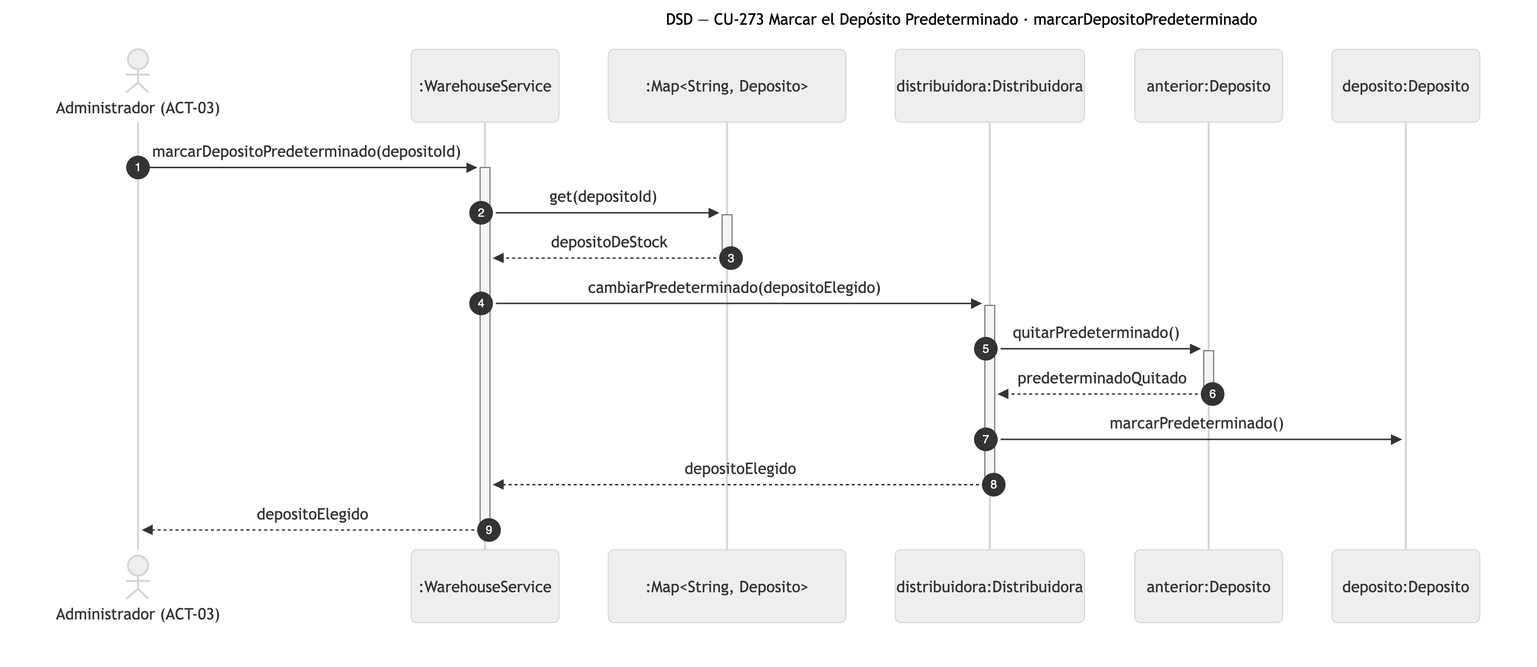
The Mermaid diagram diagramas/png/DSD_CU-273_marcarDepositoPredeterminado.png in Nahuelito-Dev/splg-docs, before a commit. Its source is kept beside it as diagramas/DSD_CU-273_marcarDepositoPredeterminado.mmd. The source it was exported from:
```mermaid
sequenceDiagram
    title DSD — CU-273 Marcar el Depósito Predeterminado · marcarDepositoPredeterminado
    autonumber
    actor ADM as Administrador (ACT-03)
    participant SRV as :WarehouseService
    participant COL as :Map#lt;String, Deposito#gt;
    participant DIS as distribuidora:Distribuidora
    participant ANT as anterior:Deposito
    participant DEP as deposito:Deposito

    ADM->>+SRV: marcarDepositoPredeterminado(depositoId)
    SRV->>+COL: get(depositoId)
    COL-->>-SRV: depositoDeStock
    SRV->>+DIS: cambiarPredeterminado(depositoElegido)
    DIS->>+ANT: quitarPredeterminado()
    ANT-->>-DIS: predeterminadoQuitado
    DIS->>DEP: marcarPredeterminado()
    DIS-->>-SRV: depositoElegido
    SRV-->>-ADM: depositoElegido
```
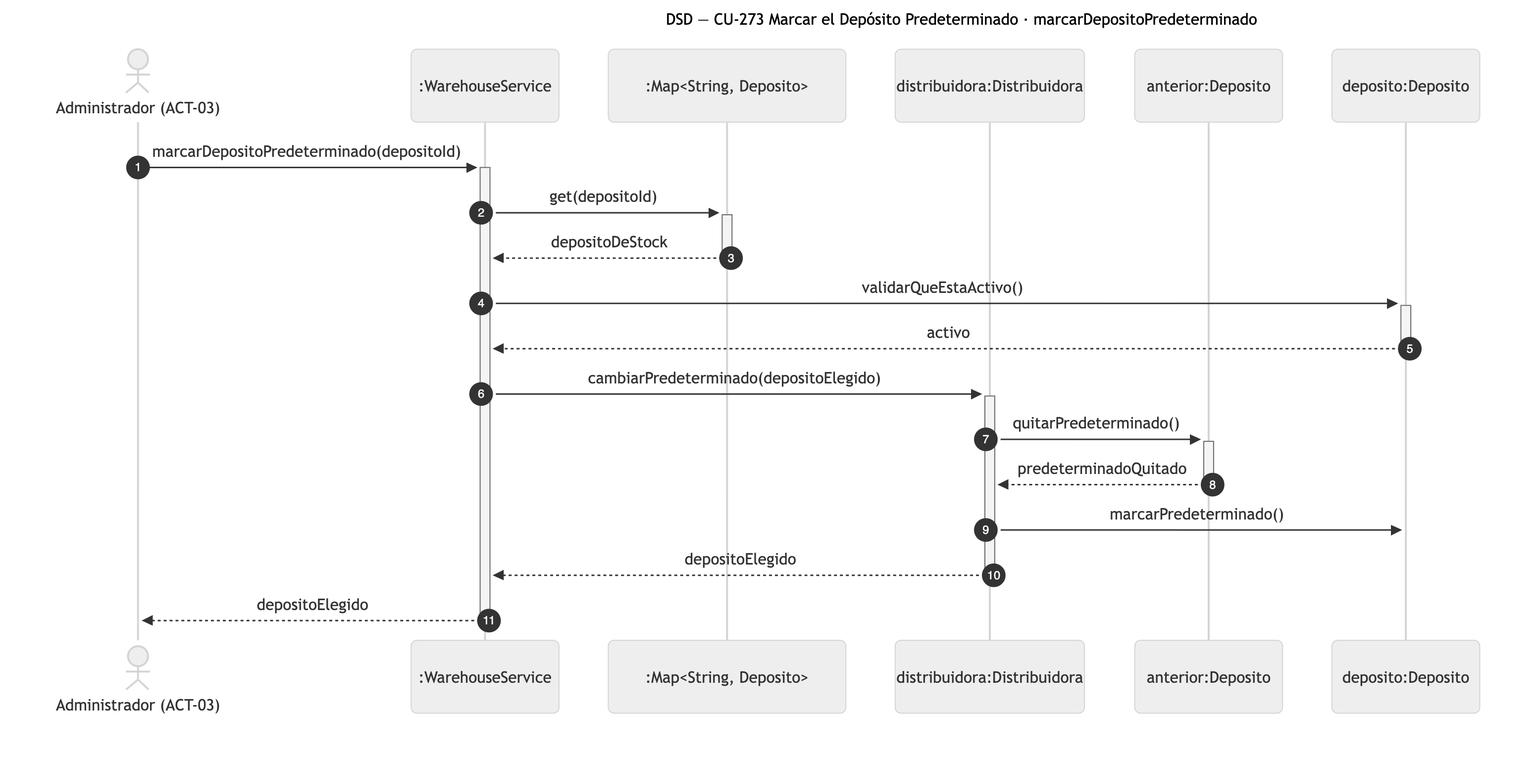
Above is the later version.

Change to the diagram source:
```diff
@@ -11,6 +11,8 @@
     ADM->>+SRV: marcarDepositoPredeterminado(depositoId)
     SRV->>+COL: get(depositoId)
     COL-->>-SRV: depositoDeStock
+    SRV->>+DEP: validarQueEstaActivo()
+    DEP-->>-SRV: activo
     SRV->>+DIS: cambiarPredeterminado(depositoElegido)
     DIS->>+ANT: quitarPredeterminado()
     ANT-->>-DIS: predeterminadoQuitado
```
